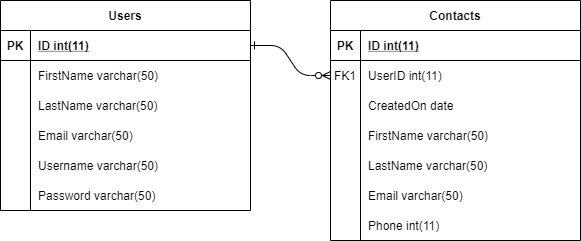
Above: ERD.png in joefioresi718/COP4331-Group-12 (draw.io), before the change. Source tidied: cells renumbered, new cells last; positions are measured from the earlier drawing's top-left corner, leaving out a move shared by most shapes.
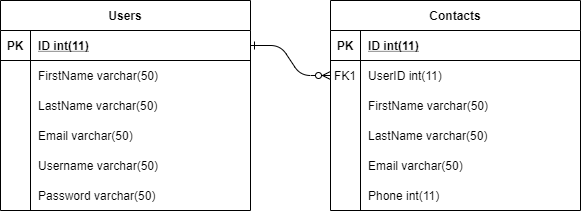
Later version of the same file.

What changed in the source:
```diff
@@ -6,7 +6,7 @@
       <mxGeometry relative="1" as="geometry" />
     </mxCell>
     <mxCell id="3" value="Contacts" style="shape=table;startSize=30;rowLines=0;fontStyle=1;align=center;" parent="1" vertex="1">
-      <mxGeometry x="330" width="250" height="240" as="geometry" />
+      <mxGeometry x="330" width="250" height="210" as="geometry" />
     </mxCell>
     <mxCell id="4" style="shape=partialRectangle;fillColor=none;top=0;left=0;right=0;bottom=1;" parent="3" vertex="1">
       <mxGeometry y="30" width="250" height="30" as="geometry" />
@@ -26,15 +26,6 @@
     <mxCell id="9" value="UserID int(11) " style="shape=partialRectangle;overflow=hidden;fillColor=none;top=0;left=0;bottom=0;right=0;align=left;spacingLeft=6;" parent="7" vertex="1">
       <mxGeometry x="30" width="220" height="30" as="geometry" />
     </mxCell>
-    <mxCell id="10" style="shape=partialRectangle;fillColor=none;top=0;left=0;right=0;bottom=0;" parent="3" vertex="1">
-      <mxGeometry y="90" width="250" height="30" as="geometry" />
-    </mxCell>
-    <mxCell id="11" style="shape=partialRectangle;overflow=hidden;fillColor=none;top=0;left=0;bottom=0;right=0;" parent="10" vertex="1">
-      <mxGeometry width="30" height="30" as="geometry" />
-    </mxCell>
-    <mxCell id="12" value="CreatedOn date " style="shape=partialRectangle;overflow=hidden;fillColor=none;top=0;left=0;bottom=0;right=0;align=left;spacingLeft=6;" parent="10" vertex="1">
-      <mxGeometry x="30" width="220" height="30" as="geometry" />
-    </mxCell>
     <mxCell id="13" value="Users" style="shape=table;startSize=30;rowLines=0;fontStyle=1;align=center;" parent="1" vertex="1">
       <mxGeometry width="250" height="210" as="geometry" />
     </mxCell>
@@ -93,7 +84,7 @@
       <mxGeometry x="30" width="220" height="30" as="geometry" />
     </mxCell>
     <mxCell id="32" style="shape=partialRectangle;fillColor=none;top=0;left=0;right=0;bottom=0;" parent="1" vertex="1">
-      <mxGeometry x="330" y="120" width="250" height="30" as="geometry" />
+      <mxGeometry x="330" y="90" width="250" height="30" as="geometry" />
     </mxCell>
     <mxCell id="33" style="shape=partialRectangle;overflow=hidden;fillColor=none;top=0;left=0;bottom=0;right=0;" parent="32" vertex="1">
       <mxGeometry width="30" height="30" as="geometry" />
@@ -102,7 +93,7 @@
       <mxGeometry x="30" width="220" height="30" as="geometry" />
     </mxCell>
     <mxCell id="35" style="shape=partialRectangle;fillColor=none;top=0;left=0;right=0;bottom=0;" parent="1" vertex="1">
-      <mxGeometry x="330" y="150" width="250" height="30" as="geometry" />
+      <mxGeometry x="330" y="120" width="250" height="30" as="geometry" />
     </mxCell>
     <mxCell id="36" style="shape=partialRectangle;overflow=hidden;fillColor=none;top=0;left=0;bottom=0;right=0;" parent="35" vertex="1">
       <mxGeometry width="30" height="30" as="geometry" />
@@ -111,7 +102,7 @@
       <mxGeometry x="30" width="220" height="30" as="geometry" />
     </mxCell>
     <mxCell id="38" style="shape=partialRectangle;fillColor=none;top=0;left=0;right=0;bottom=0;" parent="1" vertex="1">
-      <mxGeometry x="330" y="180" width="250" height="30" as="geometry" />
+      <mxGeometry x="330" y="150" width="250" height="30" as="geometry" />
     </mxCell>
     <mxCell id="39" style="shape=partialRectangle;overflow=hidden;fillColor=none;top=0;left=0;bottom=0;right=0;" parent="38" vertex="1">
       <mxGeometry width="30" height="30" as="geometry" />
@@ -120,7 +111,7 @@
       <mxGeometry x="30" width="220" height="30" as="geometry" />
     </mxCell>
     <mxCell id="41" value="Phone int(11) " style="shape=partialRectangle;overflow=hidden;fillColor=none;top=0;left=0;bottom=0;right=0;align=left;spacingLeft=6;" parent="1" vertex="1">
-      <mxGeometry x="360" y="210" width="220" height="30" as="geometry" />
+      <mxGeometry x="360" y="180" width="220" height="30" as="geometry" />
     </mxCell>
   </root>
 </mxGraphModel>
```
